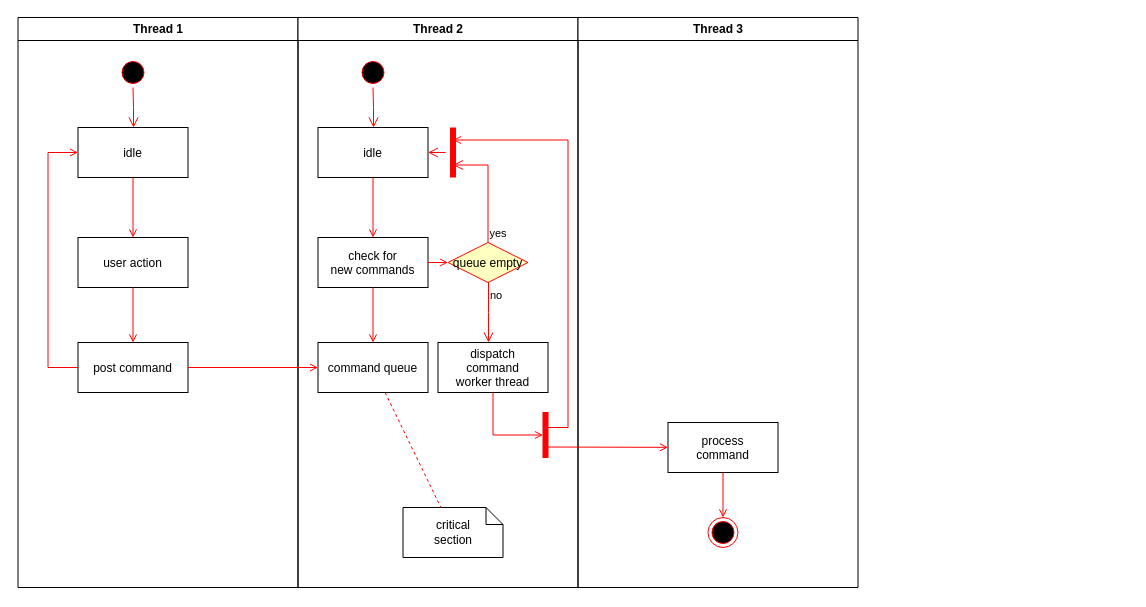
Before: 未命名绘图.drawio in Saujyun/File, a draw.io diagram. Source tidied: cells renumbered, new cells numbered last; positions are measured from the earlier drawing's top-left corner, leaving out a move shared by most shapes. Both pictures are drawn from the tidied source at 100%, with x=0, y=0 at pixel (17, 17).
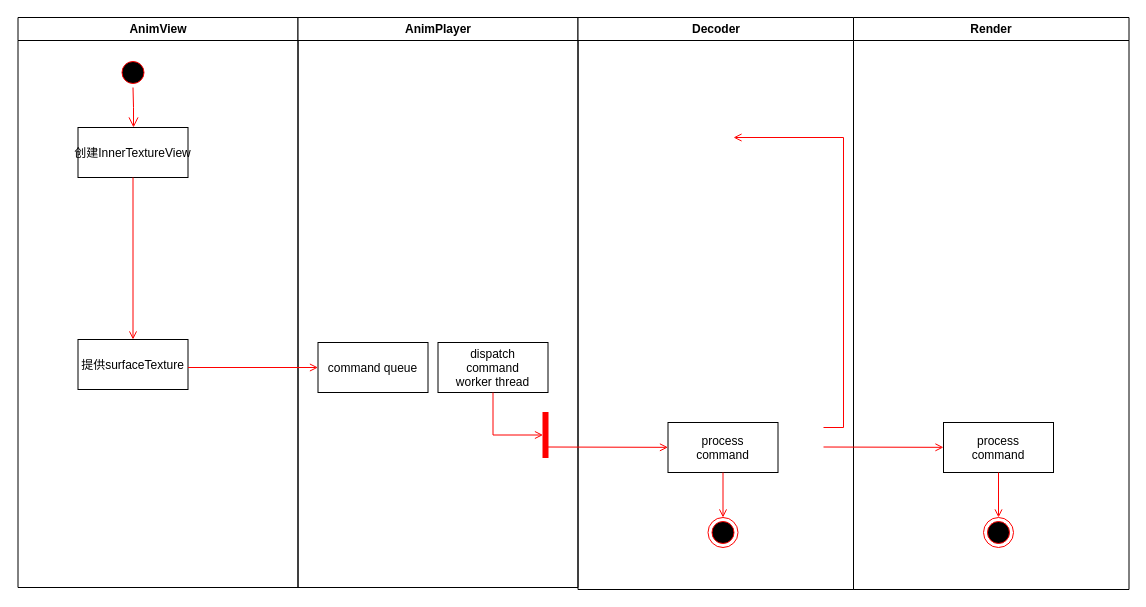
The same diagram, later.

Unchanged cells that the change refers to:
```xml
<mxCell id="17" value="command queue" parent="11" vertex="1">
  <mxGeometry x="20" y="325" width="110" height="50" as="geometry" />
</mxCell>
<mxCell id="25" value="dispatch&#10;command&#10;worker thread" parent="11" vertex="1">
  <mxGeometry x="140" y="325" width="110" height="50" as="geometry" />
</mxCell>
```

Diff of the diagram source:
```diff
@@
-    <mxCell id="2" value="Thread 1" style="swimlane;whiteSpace=wrap;" parent="1" vertex="1">
+    <mxCell id="2" value="AnimView" style="swimlane;whiteSpace=wrap;" parent="1" vertex="1">
       <mxGeometry x="0.5" width="280" height="570" as="geometry" />
     </mxCell>
@@
-    <mxCell id="5" value="idle" parent="2" vertex="1">
+    <mxCell id="5" value="创建InnerTextureView" parent="2" vertex="1">
       <mxGeometry x="60" y="110" width="110" height="50" as="geometry" />
     </mxCell>
-    <mxCell id="6" value="user action" parent="2" vertex="1">
-      <mxGeometry x="60" y="220" width="110" height="50" as="geometry" />
+    <mxCell id="6" value="提供surfaceTexture" parent="2" vertex="1">
+      <mxGeometry x="60" y="322" width="110" height="50" as="geometry" />
     </mxCell>
@@
-    <mxCell id="8" value="post command" parent="2" vertex="1">
-      <mxGeometry x="60" y="325" width="110" height="50" as="geometry" />
-    </mxCell>
-    <mxCell id="9" style="endArrow=open;strokeColor=#FF0000;endFill=1;rounded=0;" parent="2" edge="1" source="6" target="8">
-      <mxGeometry relative="1" as="geometry" />
-    </mxCell>
-    <mxCell id="10" style="edgeStyle=elbowEdgeStyle;elbow=horizontal;strokeColor=#FF0000;endArrow=open;endFill=1;rounded=0;" parent="2" edge="1" source="8" target="5">
-      <mxGeometry relative="1" as="geometry">
-        <Array as="points">
-          <mxPoint x="30" y="250" />
-        </Array>
-      </mxGeometry>
-    </mxCell>
-    <mxCell id="11" value="Thread 2" style="swimlane;whiteSpace=wrap;" parent="1" vertex="1">
+    <mxCell id="11" value="AnimPlayer" style="swimlane;whiteSpace=wrap;" parent="1" vertex="1">
       <mxGeometry x="280.5" width="280" height="570" as="geometry" />
     </mxCell>
-    <mxCell id="12" style="ellipse;shape=startState;fillColor=#000000;strokeColor=#ff0000;" parent="11" vertex="1">
-      <mxGeometry x="60" y="40" width="30" height="30" as="geometry" />
-    </mxCell>
-    <mxCell id="13" style="edgeStyle=elbowEdgeStyle;elbow=horizontal;verticalAlign=bottom;endArrow=open;endSize=8;strokeColor=#FF0000;endFill=1;rounded=0;" parent="11" edge="1" source="12" target="14">
-      <mxGeometry x="40" y="20" as="geometry" />
-    </mxCell>
-    <mxCell id="14" value="idle" parent="11" vertex="1">
-      <mxGeometry x="20" y="110" width="110" height="50" as="geometry" />
-    </mxCell>
-    <mxCell id="15" value="check for &#10;new commands" parent="11" vertex="1">
-      <mxGeometry x="20" y="220" width="110" height="50" as="geometry" />
-    </mxCell>
-    <mxCell id="16" style="endArrow=open;strokeColor=#FF0000;endFill=1;rounded=0;" parent="11" edge="1" source="14" target="15">
-      <mxGeometry relative="1" as="geometry" />
-    </mxCell>
@@
-    <mxCell id="18" style="endArrow=open;strokeColor=#FF0000;endFill=1;rounded=0;" parent="11" edge="1" source="15" target="17">
-      <mxGeometry relative="1" as="geometry" />
-    </mxCell>
-    <mxCell id="19" value="queue empty" style="rhombus;fillColor=#ffffc0;strokeColor=#ff0000;" parent="11" vertex="1">
-      <mxGeometry x="150" y="225" width="80" height="40" as="geometry" />
-    </mxCell>
-    <mxCell id="20" value="yes" style="edgeStyle=elbowEdgeStyle;elbow=horizontal;align=left;verticalAlign=bottom;endArrow=open;endSize=8;strokeColor=#FF0000;exitX=0.5;exitY=0;endFill=1;rounded=0;entryX=0.75;entryY=0.5;entryPerimeter=0;" parent="11" edge="1" source="19" target="23">
-      <mxGeometry x="-1" relative="1" as="geometry">
-        <Array as="points">
-          <mxPoint x="190" y="180" />
-        </Array>
-      </mxGeometry>
-    </mxCell>
-    <mxCell id="21" value="no" style="edgeStyle=elbowEdgeStyle;elbow=horizontal;align=left;verticalAlign=top;endArrow=open;endSize=8;strokeColor=#FF0000;endFill=1;rounded=0;" parent="11" edge="1" source="19" target="25">
-      <mxGeometry x="-1" relative="1" as="geometry" />
-    </mxCell>
-    <mxCell id="22" style="endArrow=open;strokeColor=#FF0000;endFill=1;rounded=0;" parent="11" edge="1" source="15" target="19">
-      <mxGeometry relative="1" as="geometry" />
-    </mxCell>
-    <mxCell id="23" style="shape=line;strokeWidth=6;strokeColor=#ff0000;rotation=90;" parent="11" vertex="1">
-      <mxGeometry x="130" y="127.5" width="50" height="15" as="geometry" />
-    </mxCell>
-    <mxCell id="24" style="edgeStyle=elbowEdgeStyle;elbow=horizontal;verticalAlign=bottom;endArrow=open;endSize=8;strokeColor=#FF0000;endFill=1;rounded=0;" parent="11" edge="1" source="23" target="14">
-      <mxGeometry x="130" y="90" as="geometry" />
-    </mxCell>
@@
-    <mxCell id="26" value="critical&#10;section" style="shape=note;whiteSpace=wrap;size=17;" parent="11" vertex="1">
-      <mxGeometry x="105" y="490" width="100" height="50" as="geometry" />
-    </mxCell>
-    <mxCell id="27" style="endArrow=none;strokeColor=#FF0000;endFill=0;rounded=0;dashed=1;" parent="11" edge="1" source="17" target="26">
-      <mxGeometry relative="1" as="geometry" />
-    </mxCell>
@@
-    <mxCell id="30" value="Thread 3" style="swimlane;whiteSpace=wrap;" parent="1" vertex="1">
-      <mxGeometry x="560.5" width="280" height="570" as="geometry" />
+    <mxCell id="30" value="Decoder" style="swimlane;whiteSpace=wrap;" parent="1" vertex="1">
+      <mxGeometry x="560.5" width="275.5" height="572" as="geometry" />
     </mxCell>
@@
-    <mxCell id="32" style="edgeStyle=elbowEdgeStyle;elbow=horizontal;strokeColor=#FF0000;endArrow=open;endFill=1;rounded=0;entryX=0.25;entryY=0.5;entryPerimeter=0;" parent="30" edge="1" target="23">
-      <mxGeometry relative="1" as="geometry">
-        <mxPoint x="-30" y="410" as="sourcePoint" />
-        <Array as="points">
-          <mxPoint x="-10" y="135" />
-        </Array>
-      </mxGeometry>
-    </mxCell>
@@
-    <mxCell id="36" style="endArrow=open;strokeColor=#FF0000;endFill=1;rounded=0;" parent="1" edge="1" source="8" target="17">
-      <mxGeometry relative="1" as="geometry" />
+    <mxCell id="36" style="endArrow=open;strokeColor=#FF0000;endFill=1;rounded=0;" parent="1" edge="1" target="17">
+      <mxGeometry relative="1" as="geometry">
+        <mxPoint x="170.5" y="350" as="sourcePoint" />
+      </mxGeometry>
     </mxCell>
+    <mxCell id="37" value="Render" style="swimlane;whiteSpace=wrap;" parent="1" vertex="1">
+      <mxGeometry x="836" width="275.5" height="572" as="geometry" />
+    </mxCell>
+    <mxCell id="38" value="process&#10;command" parent="37" vertex="1">
+      <mxGeometry x="90" y="405" width="110" height="50" as="geometry" />
+    </mxCell>
+    <mxCell id="39" style="edgeStyle=elbowEdgeStyle;elbow=horizontal;strokeColor=#FF0000;endArrow=open;endFill=1;rounded=0;entryX=0.25;entryY=0.5;entryPerimeter=0;" parent="37" edge="1">
+      <mxGeometry relative="1" as="geometry">
+        <mxPoint x="-30" y="410" as="sourcePoint" />
+        <mxPoint x="-120" y="120" as="targetPoint" />
+        <Array as="points">
+          <mxPoint x="-10" y="135" />
+        </Array>
+      </mxGeometry>
+    </mxCell>
+    <mxCell id="40" style="edgeStyle=none;strokeColor=#FF0000;endArrow=open;endFill=1;rounded=0;" parent="37" edge="1" target="38">
+      <mxGeometry relative="1" as="geometry">
+        <mxPoint x="-30" y="429.5" as="sourcePoint" />
+      </mxGeometry>
+    </mxCell>
+    <mxCell id="41" style="ellipse;shape=endState;fillColor=#000000;strokeColor=#ff0000;" parent="37" vertex="1">
+      <mxGeometry x="130" y="500" width="30" height="30" as="geometry" />
+    </mxCell>
+    <mxCell id="42" style="endArrow=open;strokeColor=#FF0000;endFill=1;rounded=0;" parent="37" edge="1" source="38" target="41">
+      <mxGeometry relative="1" as="geometry" />
+    </mxCell>
```
